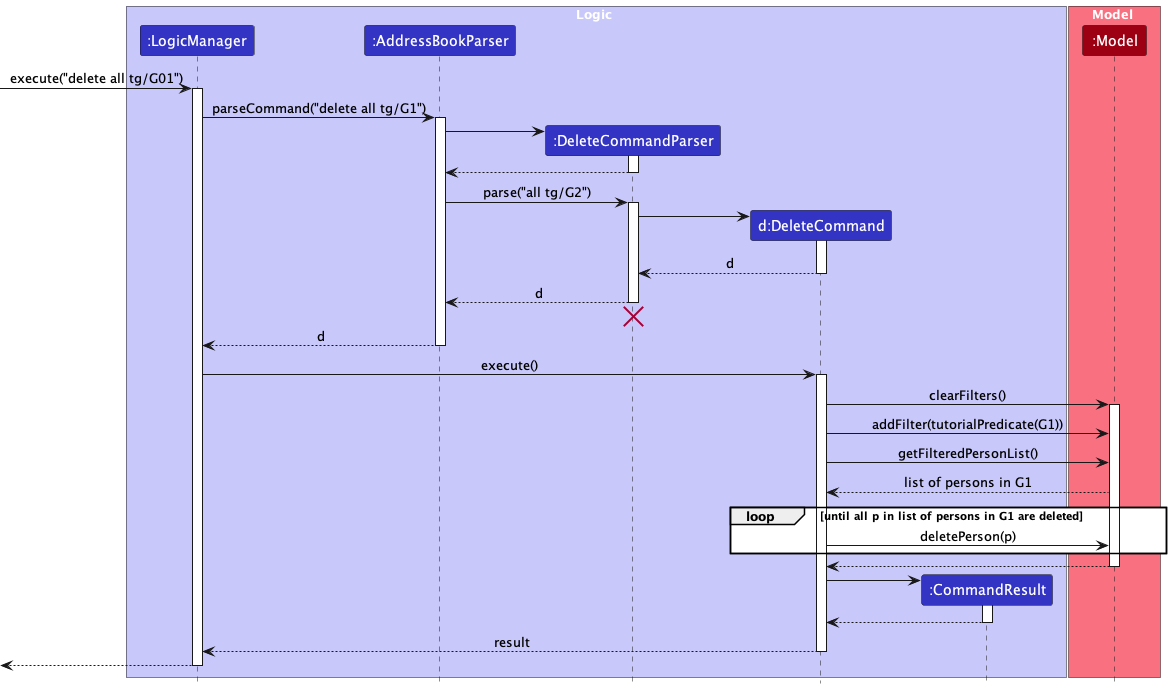
Before: docs/images/DeleteAllSeqDiagram.png, a diagram exported from PlantUML (nus-cs2103-AY2324S1/tp). The source it was exported from:
```plantuml
@startuml
!include style.puml
skinparam ArrowFontStyle plain

box Logic LOGIC_COLOR_T1
participant ":LogicManager" as LogicManager LOGIC_COLOR
participant ":AddressBookParser" as AddressBookParser LOGIC_COLOR
participant ":DeleteCommandParser" as DeleteCommandParser LOGIC_COLOR
participant "d:DeleteCommand" as DeleteCommand LOGIC_COLOR
participant ":CommandResult" as CommandResult LOGIC_COLOR
end box

box Model MODEL_COLOR_T1
participant ":Model" as Model MODEL_COLOR
end box

[-> LogicManager : execute("delete all tg/G01")
activate LogicManager

LogicManager -> AddressBookParser : parseCommand("delete all tg/G1")
activate AddressBookParser

create DeleteCommandParser
AddressBookParser -> DeleteCommandParser
activate DeleteCommandParser

DeleteCommandParser --> AddressBookParser
deactivate DeleteCommandParser

AddressBookParser -> DeleteCommandParser : parse("all tg/G2")
activate DeleteCommandParser

create DeleteCommand
DeleteCommandParser -> DeleteCommand
activate DeleteCommand

DeleteCommand --> DeleteCommandParser : d
deactivate DeleteCommand

DeleteCommandParser --> AddressBookParser : d
deactivate DeleteCommandParser
DeleteCommandParser -[hidden]-> AddressBookParser
destroy DeleteCommandParser

AddressBookParser --> LogicManager : d
deactivate AddressBookParser

LogicManager -> DeleteCommand : execute()
activate DeleteCommand

DeleteCommand -> Model : clearFilters()
activate Model

DeleteCommand -> Model : addFilter(tutorialPredicate(G1))

DeleteCommand -> Model : getFilteredPersonList()
Model --> DeleteCommand : list of persons in G1

loop until all p in list of persons in G1 are deleted
    DeleteCommand -> Model : deletePerson(p)
end

Model --> DeleteCommand
deactivate Model

create CommandResult
DeleteCommand -> CommandResult
activate CommandResult

CommandResult --> DeleteCommand
deactivate CommandResult

DeleteCommand --> LogicManager : result
deactivate DeleteCommand

[<--LogicManager
deactivate LogicManager
@enduml
```
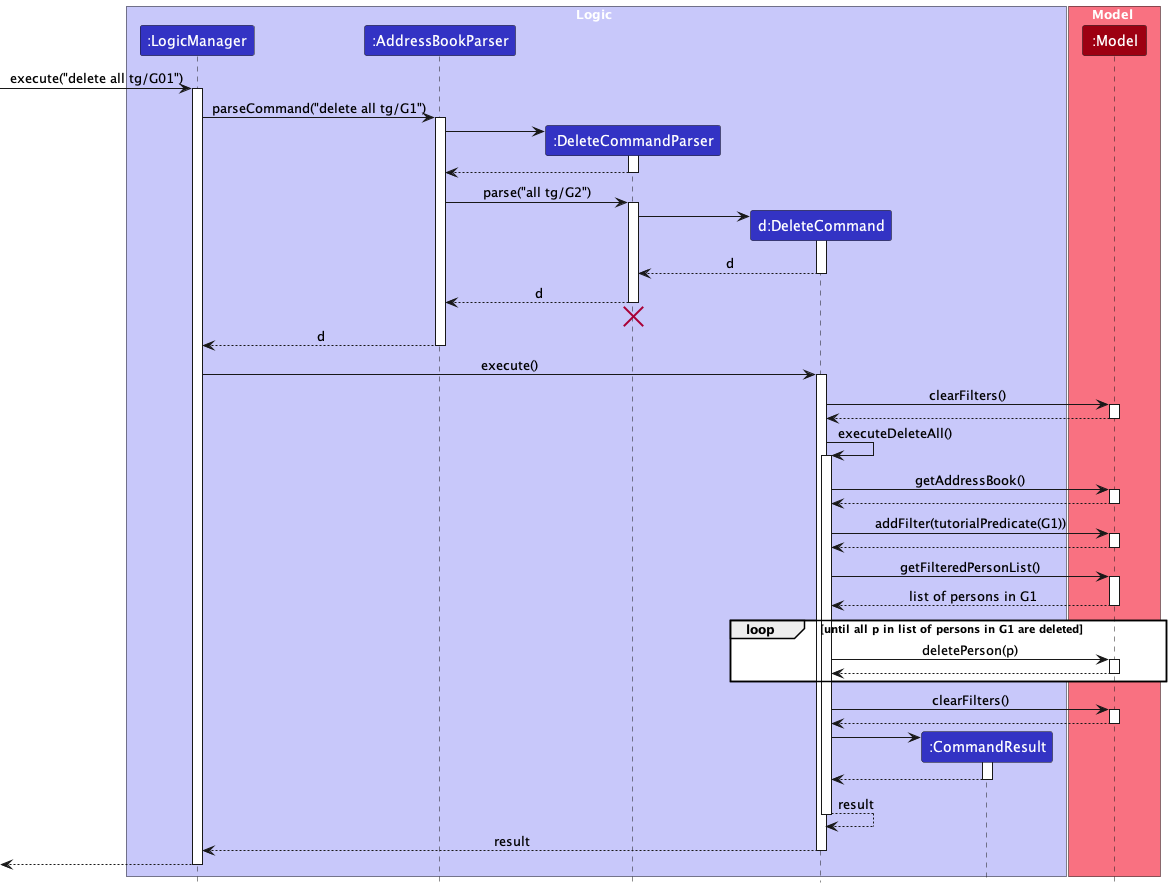
The same file after the commit.

The edit, as a diff of the source:
```diff
@@ -51,14 +51,40 @@
 DeleteCommand -> Model : clearFilters()
 activate Model
 
+Model --> DeleteCommand
+deactivate Model
+
+DeleteCommand -> DeleteCommand : executeDeleteAll()
+activate DeleteCommand
+
+DeleteCommand -> Model : getAddressBook()
+activate Model
+
+Model --> DeleteCommand
+deactivate Model
+
 DeleteCommand -> Model : addFilter(tutorialPredicate(G1))
+activate Model
+
+Model --> DeleteCommand
+deactivate Model
 
 DeleteCommand -> Model : getFilteredPersonList()
+activate Model
+
 Model --> DeleteCommand : list of persons in G1
+deactivate Model
 
 loop until all p in list of persons in G1 are deleted
     DeleteCommand -> Model : deletePerson(p)
+    activate Model
+
+    Model --> DeleteCommand
+    deactivate Model
 end
+
+DeleteCommand -> Model : clearFilters()
+activate Model
 
 Model --> DeleteCommand
 deactivate Model
@@ -70,6 +96,9 @@
 CommandResult --> DeleteCommand
 deactivate CommandResult
 
+DeleteCommand --> DeleteCommand : result
+deactivate DeleteCommand
+
 DeleteCommand --> LogicManager : result
 deactivate DeleteCommand
 
```
